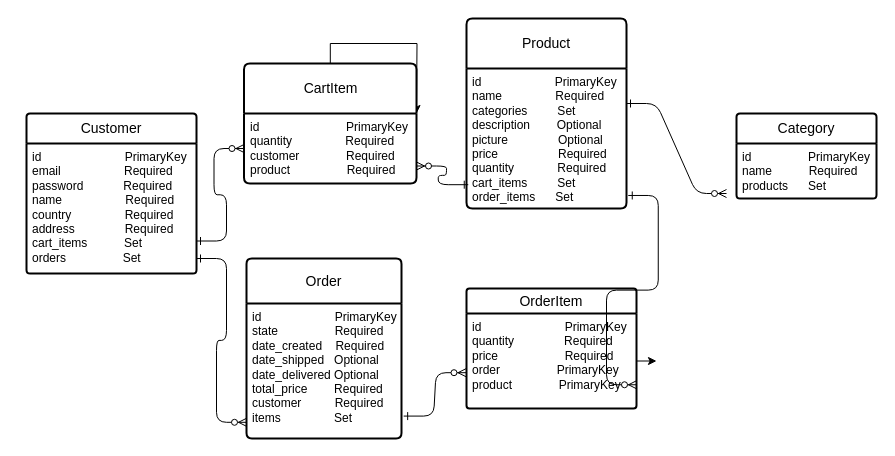
This is Диаграмма без названия.drawio from Dornell1/intro-to-backend, a draw.io file, before an edit. Source tidied: cells renumbered, new cells numbered last; positions are measured from the earlier drawing's top-left corner, leaving out a move shared by most shapes. Both pictures are drawn from the tidied source at 100%, with x=0, y=0 at pixel (26, 18).
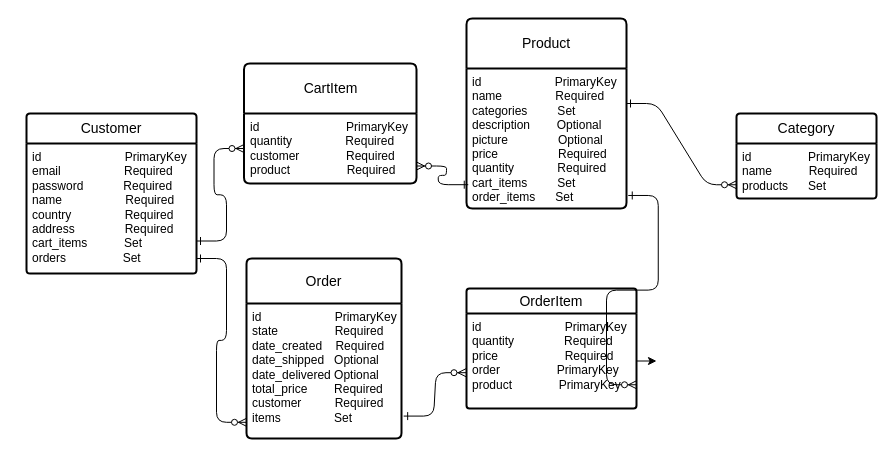
The same diagram, later.

The change refers to these unchanged cells:
```xml
<mxCell id="12" value="id&amp;nbsp; &amp;nbsp; &amp;nbsp; &amp;nbsp; &amp;nbsp; &amp;nbsp; &amp;nbsp; &amp;nbsp; &amp;nbsp; &amp;nbsp; &amp;nbsp;&amp;nbsp;PrimaryKey&lt;br&gt;name&amp;nbsp; &amp;nbsp; &amp;nbsp; &amp;nbsp; &amp;nbsp; &amp;nbsp; &amp;nbsp; &amp;nbsp; Required&lt;br&gt;categories&amp;nbsp; &amp;nbsp; &amp;nbsp; &amp;nbsp; &amp;nbsp;Set&lt;br&gt;description&amp;nbsp; &amp;nbsp; &amp;nbsp; &amp;nbsp; Optional&lt;br&gt;picture&amp;nbsp; &amp;nbsp; &amp;nbsp; &amp;nbsp; &amp;nbsp; &amp;nbsp; &amp;nbsp; &amp;nbsp;Optional&lt;br&gt;price&amp;nbsp; &amp;nbsp; &amp;nbsp; &amp;nbsp; &amp;nbsp; &amp;nbsp; &amp;nbsp; &amp;nbsp; &amp;nbsp; Required&lt;br&gt;quantity&amp;nbsp; &amp;nbsp; &amp;nbsp; &amp;nbsp; &amp;nbsp; &amp;nbsp; &amp;nbsp;Required&lt;br&gt;cart_items&amp;nbsp; &amp;nbsp; &amp;nbsp; &amp;nbsp; &amp;nbsp;Set&lt;br&gt;order_items&amp;nbsp; &amp;nbsp; &amp;nbsp; Set" style="align=left;strokeColor=none;fillColor=none;spacingLeft=4;fontSize=12;verticalAlign=top;html=1;" parent="11" vertex="1">
  <mxGeometry y="50" width="160" height="140" as="geometry" />
</mxCell>
<mxCell id="18" value="id&amp;nbsp; &amp;nbsp; &amp;nbsp; &amp;nbsp; &amp;nbsp; &amp;nbsp; &amp;nbsp; &amp;nbsp; &amp;nbsp;PrimaryKey&lt;br&gt;name&amp;nbsp; &amp;nbsp; &amp;nbsp; &amp;nbsp; &amp;nbsp; &amp;nbsp;Required&amp;nbsp; &amp;nbsp; &amp;nbsp;&amp;nbsp;&lt;br&gt;products&amp;nbsp; &amp;nbsp; &amp;nbsp; Set" style="align=left;strokeColor=none;fillColor=none;spacingLeft=4;fontSize=12;verticalAlign=top;html=1;" parent="17" vertex="1">
  <mxGeometry y="30" width="140" height="55" as="geometry" />
</mxCell>
<mxCell id="22" value="CartItem" style="swimlane;horizontal=1;startSize=50;rounded=1;fontSize=14;fontStyle=0;strokeWidth=2;shadow=0;dashed=0;align=center;arcSize=4;whiteSpace=wrap;html=1;" parent="1" vertex="1">
  <mxGeometry x="217.5" y="45" width="172.5" height="120" as="geometry" />
</mxCell>
```

The edit, as a diff of the source:
```diff
@@
-    <mxCell id="19" style="edgeStyle=entityRelationEdgeStyle;endArrow=ERzeroToMany;startArrow=ERone;endFill=1;startFill=0;exitX=1;exitY=0.25;exitDx=0;exitDy=0;" parent="1" edge="1" source="12">
+    <mxCell id="19" style="edgeStyle=entityRelationEdgeStyle;endArrow=ERzeroToMany;startArrow=ERone;endFill=1;startFill=0;exitX=1;exitY=0.25;exitDx=0;exitDy=0;entryX=0;entryY=0.75;entryDx=0;entryDy=0;" parent="1" edge="1" source="12" target="18">
       <mxGeometry relative="1" as="geometry">
-        <mxPoint x="700" y="175" as="targetPoint" />
         <Array as="points">
           <mxPoint x="460" y="267.5" />
           <mxPoint x="460" y="227.5" />
         </Array>
       </mxGeometry>
     </mxCell>
@@
-    <mxCell id="21" style="edgeStyle=orthogonalEdgeStyle;rounded=0;jettySize=auto;html=1;" parent="1" edge="1" source="22">
-      <mxGeometry relative="1" as="geometry">
-        <mxPoint x="390" y="95" as="targetPoint" />
-      </mxGeometry>
-    </mxCell>
```
